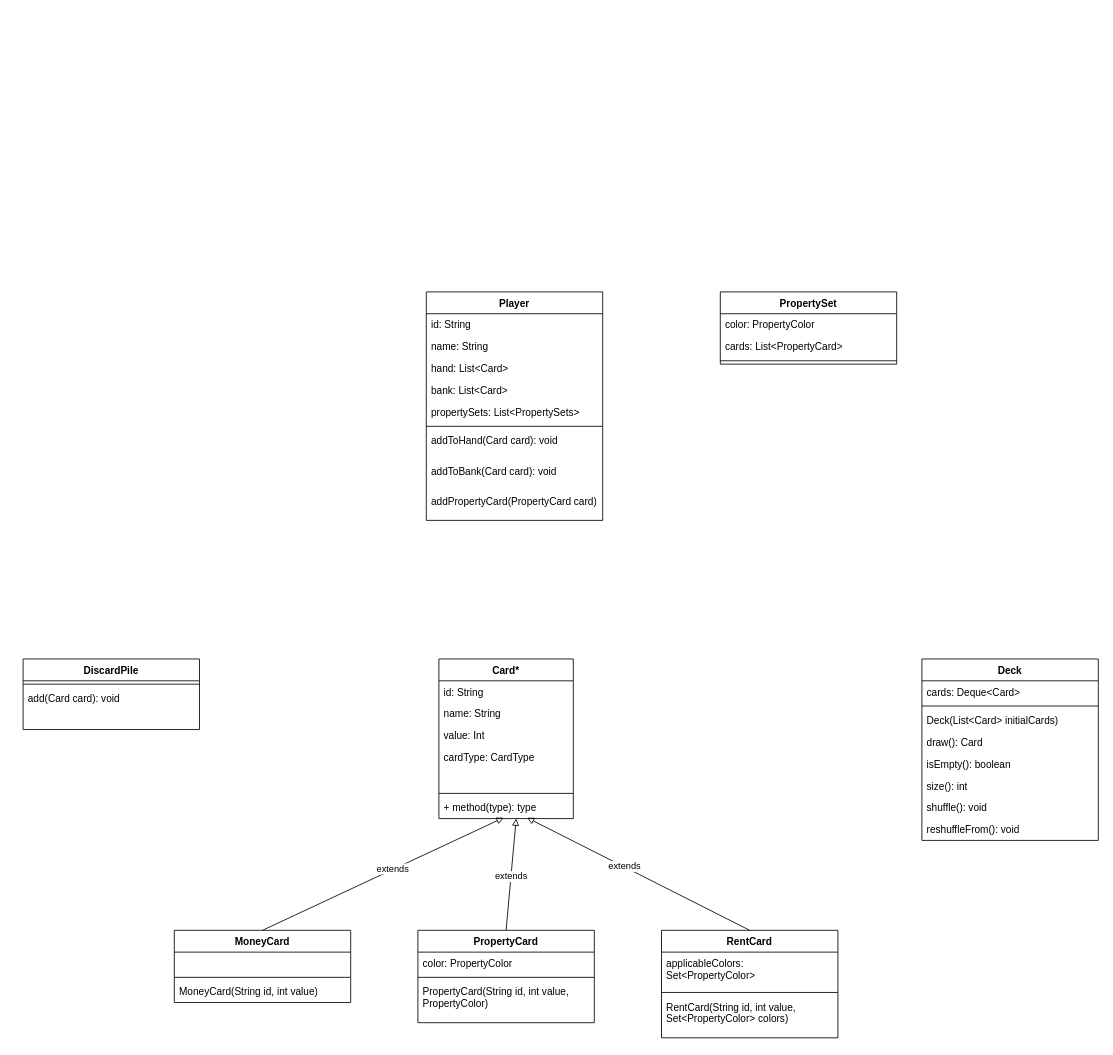
This is class-diagram.drawio from notradhifauzan/college-opoly, a draw.io file, before an edit. Source tidied: cells renumbered, new cells numbered last; positions are measured from the earlier drawing's top-left corner, leaving out a move shared by most shapes. Both pictures are drawn from the tidied source at 84%, with x=0, y=0 at pixel (23, 291).
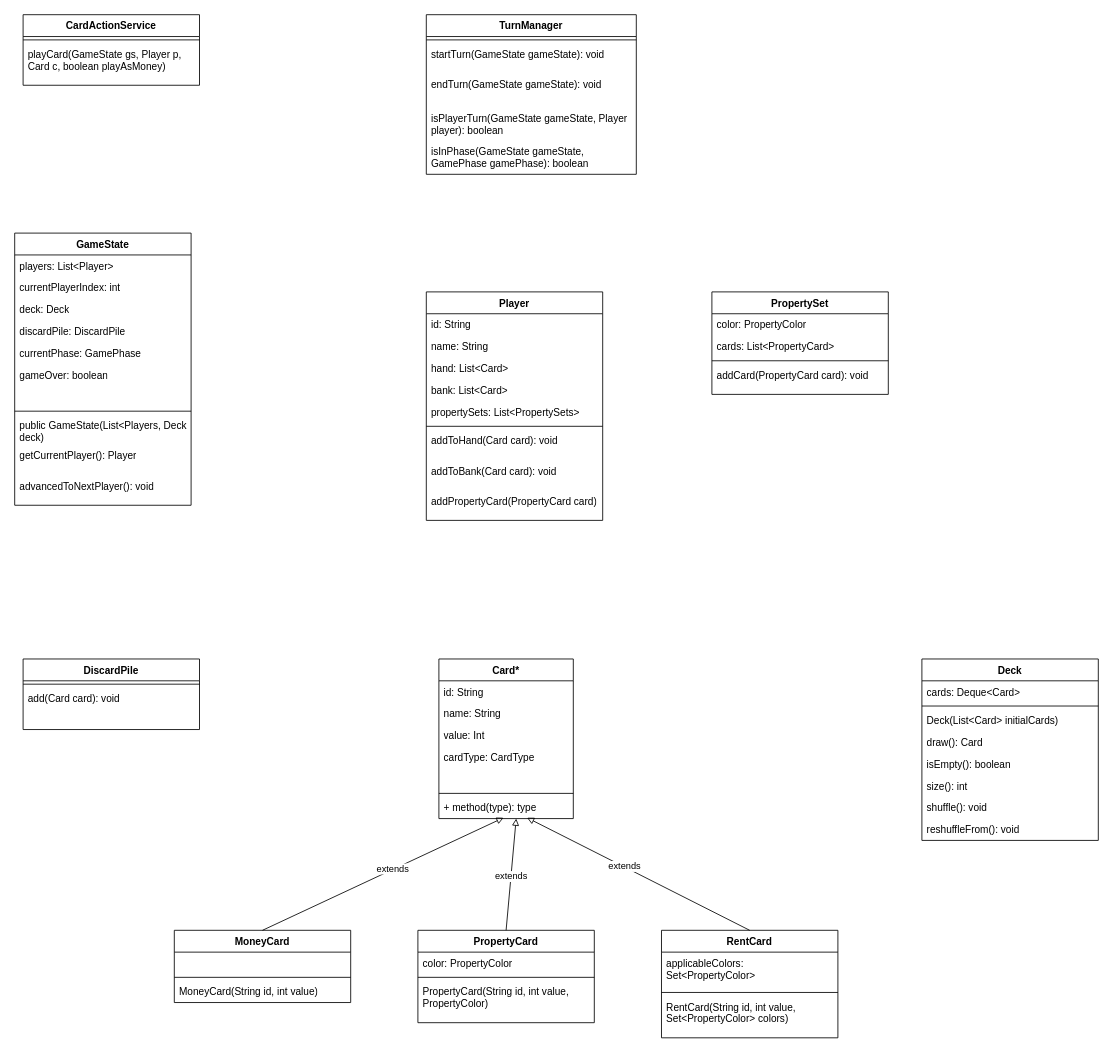
After the change.

The edit, as a diff of the source:
```diff
@@
     <mxCell id="50" value="PropertySet" style="swimlane;fontStyle=1;align=center;verticalAlign=top;horizontal=1;startSize=26;whiteSpace=wrap;html=1;" parent="1" vertex="1">
-      <mxGeometry x="830" width="210" height="86" as="geometry" />
+      <mxGeometry x="820" width="210" height="122" as="geometry" />
     </mxCell>
@@
+    <mxCell id="54" value="addCard(PropertyCard card): void" style="text;strokeColor=none;fillColor=none;align=left;verticalAlign=top;spacingLeft=4;spacingRight=4;overflow=hidden;whiteSpace=wrap;html=1;" parent="50" vertex="1">
+      <mxGeometry y="86" width="210" height="36" as="geometry" />
+    </mxCell>
+    <mxCell id="55" value="GameState" style="swimlane;fontStyle=1;align=center;verticalAlign=top;horizontal=1;startSize=26;whiteSpace=wrap;html=1;" parent="1" vertex="1">
+      <mxGeometry x="-10" y="-70" width="210" height="324" as="geometry" />
+    </mxCell>
+    <mxCell id="56" value="players: List&amp;lt;Player&amp;gt;" style="text;strokeColor=none;fillColor=none;align=left;verticalAlign=top;spacingLeft=4;spacingRight=4;overflow=hidden;whiteSpace=wrap;html=1;" parent="55" vertex="1">
+      <mxGeometry y="26" width="210" height="26" as="geometry" />
+    </mxCell>
+    <mxCell id="57" value="currentPlayerIndex: int" style="text;strokeColor=none;fillColor=none;align=left;verticalAlign=top;spacingLeft=4;spacingRight=4;overflow=hidden;whiteSpace=wrap;html=1;" parent="55" vertex="1">
+      <mxGeometry y="52" width="210" height="26" as="geometry" />
+    </mxCell>
+    <mxCell id="58" value="deck: Deck" style="text;strokeColor=none;fillColor=none;align=left;verticalAlign=top;spacingLeft=4;spacingRight=4;overflow=hidden;whiteSpace=wrap;html=1;" parent="55" vertex="1">
+      <mxGeometry y="78" width="210" height="26" as="geometry" />
+    </mxCell>
+    <mxCell id="59" value="discardPile: DiscardPile" style="text;strokeColor=none;fillColor=none;align=left;verticalAlign=top;spacingLeft=4;spacingRight=4;overflow=hidden;whiteSpace=wrap;html=1;" parent="55" vertex="1">
+      <mxGeometry y="104" width="210" height="26" as="geometry" />
+    </mxCell>
+    <mxCell id="60" value="currentPhase: GamePhase" style="text;strokeColor=none;fillColor=none;align=left;verticalAlign=top;spacingLeft=4;spacingRight=4;overflow=hidden;whiteSpace=wrap;html=1;" parent="55" vertex="1">
+      <mxGeometry y="130" width="210" height="26" as="geometry" />
+    </mxCell>
+    <mxCell id="61" value="gameOver: boolean" style="text;strokeColor=none;fillColor=none;align=left;verticalAlign=top;spacingLeft=4;spacingRight=4;overflow=hidden;whiteSpace=wrap;html=1;" parent="55" vertex="1">
+      <mxGeometry y="156" width="210" height="26" as="geometry" />
+    </mxCell>
+    <mxCell id="62" style="text;strokeColor=none;fillColor=none;align=left;verticalAlign=top;spacingLeft=4;spacingRight=4;overflow=hidden;whiteSpace=wrap;html=1;" parent="55" vertex="1">
+      <mxGeometry y="182" width="210" height="26" as="geometry" />
+    </mxCell>
+    <mxCell id="63" style="line;strokeWidth=1;fillColor=none;align=left;verticalAlign=middle;spacingTop=-1;spacingLeft=3;spacingRight=3;labelPosition=right;strokeColor=inherit;" parent="55" vertex="1">
+      <mxGeometry y="208" width="210" height="8" as="geometry" />
+    </mxCell>
+    <mxCell id="64" value="public GameState(List&amp;lt;Players, Deck deck)" style="text;strokeColor=none;fillColor=none;align=left;verticalAlign=top;spacingLeft=4;spacingRight=4;overflow=hidden;whiteSpace=wrap;html=1;" parent="55" vertex="1">
+      <mxGeometry y="216" width="210" height="36" as="geometry" />
+    </mxCell>
+    <mxCell id="65" value="getCurrentPlayer(): Player" style="text;strokeColor=none;fillColor=none;align=left;verticalAlign=top;spacingLeft=4;spacingRight=4;overflow=hidden;whiteSpace=wrap;html=1;" parent="55" vertex="1">
+      <mxGeometry y="252" width="210" height="36" as="geometry" />
+    </mxCell>
+    <mxCell id="66" value="advancedToNextPlayer(): void" style="text;strokeColor=none;fillColor=none;align=left;verticalAlign=top;spacingLeft=4;spacingRight=4;overflow=hidden;whiteSpace=wrap;html=1;" parent="55" vertex="1">
+      <mxGeometry y="288" width="210" height="36" as="geometry" />
+    </mxCell>
+    <mxCell id="67" value="TurnManager" style="swimlane;fontStyle=1;align=center;verticalAlign=top;horizontal=1;startSize=26;whiteSpace=wrap;html=1;" parent="1" vertex="1">
+      <mxGeometry x="480" y="-330" width="250" height="190" as="geometry" />
+    </mxCell>
+    <mxCell id="68" style="line;strokeWidth=1;fillColor=none;align=left;verticalAlign=middle;spacingTop=-1;spacingLeft=3;spacingRight=3;labelPosition=right;strokeColor=inherit;" parent="67" vertex="1">
+      <mxGeometry y="26" width="250" height="8" as="geometry" />
+    </mxCell>
+    <mxCell id="69" value="startTurn(GameState gameState): void" style="text;strokeColor=none;fillColor=none;align=left;verticalAlign=top;spacingLeft=4;spacingRight=4;overflow=hidden;whiteSpace=wrap;html=1;" parent="67" vertex="1">
+      <mxGeometry y="34" width="250" height="36" as="geometry" />
+    </mxCell>
+    <mxCell id="70" value="endTurn(GameState gameState): void" style="text;strokeColor=none;fillColor=none;align=left;verticalAlign=top;spacingLeft=4;spacingRight=4;overflow=hidden;whiteSpace=wrap;html=1;" parent="67" vertex="1">
+      <mxGeometry y="70" width="250" height="40" as="geometry" />
+    </mxCell>
+    <mxCell id="71" value="isPlayerTurn(GameState gameState, Player player): boolean" style="text;strokeColor=none;fillColor=none;align=left;verticalAlign=top;spacingLeft=4;spacingRight=4;overflow=hidden;whiteSpace=wrap;html=1;" parent="67" vertex="1">
+      <mxGeometry y="110" width="250" height="40" as="geometry" />
+    </mxCell>
+    <mxCell id="72" value="isInPhase(GameState gameState, GamePhase gamePhase): boolean" style="text;strokeColor=none;fillColor=none;align=left;verticalAlign=top;spacingLeft=4;spacingRight=4;overflow=hidden;whiteSpace=wrap;html=1;" parent="67" vertex="1">
+      <mxGeometry y="150" width="250" height="40" as="geometry" />
+    </mxCell>
+    <mxCell id="73" value="CardActionService" style="swimlane;fontStyle=1;align=center;verticalAlign=top;horizontal=1;startSize=26;whiteSpace=wrap;html=1;" parent="1" vertex="1">
+      <mxGeometry y="-330" width="210" height="84" as="geometry" />
+    </mxCell>
+    <mxCell id="74" style="line;strokeWidth=1;fillColor=none;align=left;verticalAlign=middle;spacingTop=-1;spacingLeft=3;spacingRight=3;labelPosition=right;strokeColor=inherit;" parent="73" vertex="1">
+      <mxGeometry y="26" width="210" height="8" as="geometry" />
+    </mxCell>
+    <mxCell id="75" value="playCard(GameState gs, Player p, Card c, boolean playAsMoney)" style="text;strokeColor=none;fillColor=none;align=left;verticalAlign=top;spacingLeft=4;spacingRight=4;overflow=hidden;whiteSpace=wrap;html=1;" parent="73" vertex="1">
+      <mxGeometry y="34" width="210" height="50" as="geometry" />
+    </mxCell>
```
